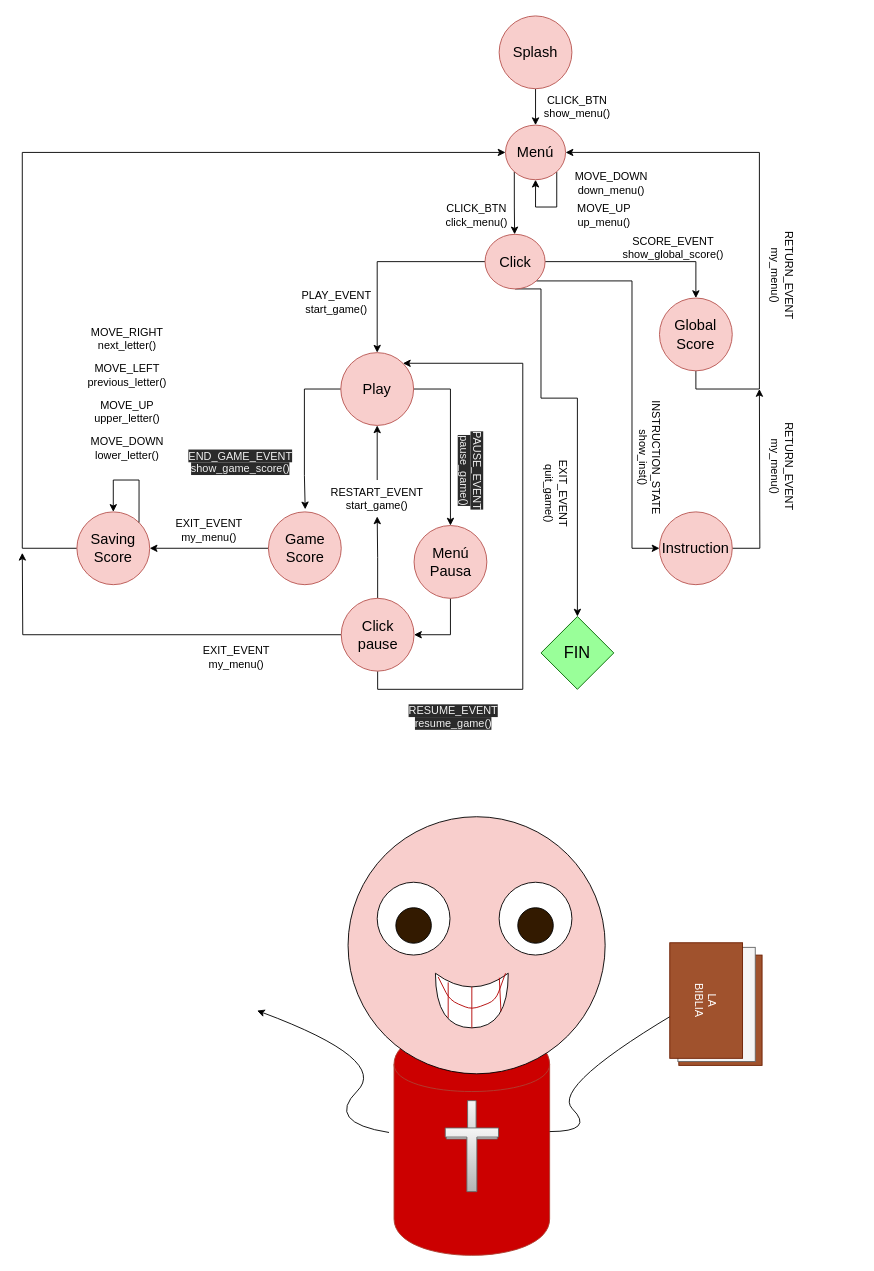
KevinWahle/Programacion-1-TP-Integrador keeps this draw.io diagram as some files/fsm_sketch.dio. Above is the earlier version. Source tidied: cells renumbered, new cells numbered last; positions are measured from the earlier drawing's top-left corner, leaving out a move shared by most shapes. Both pictures are drawn from the tidied source at 91%, with x=0, y=0 at pixel (22, 15).
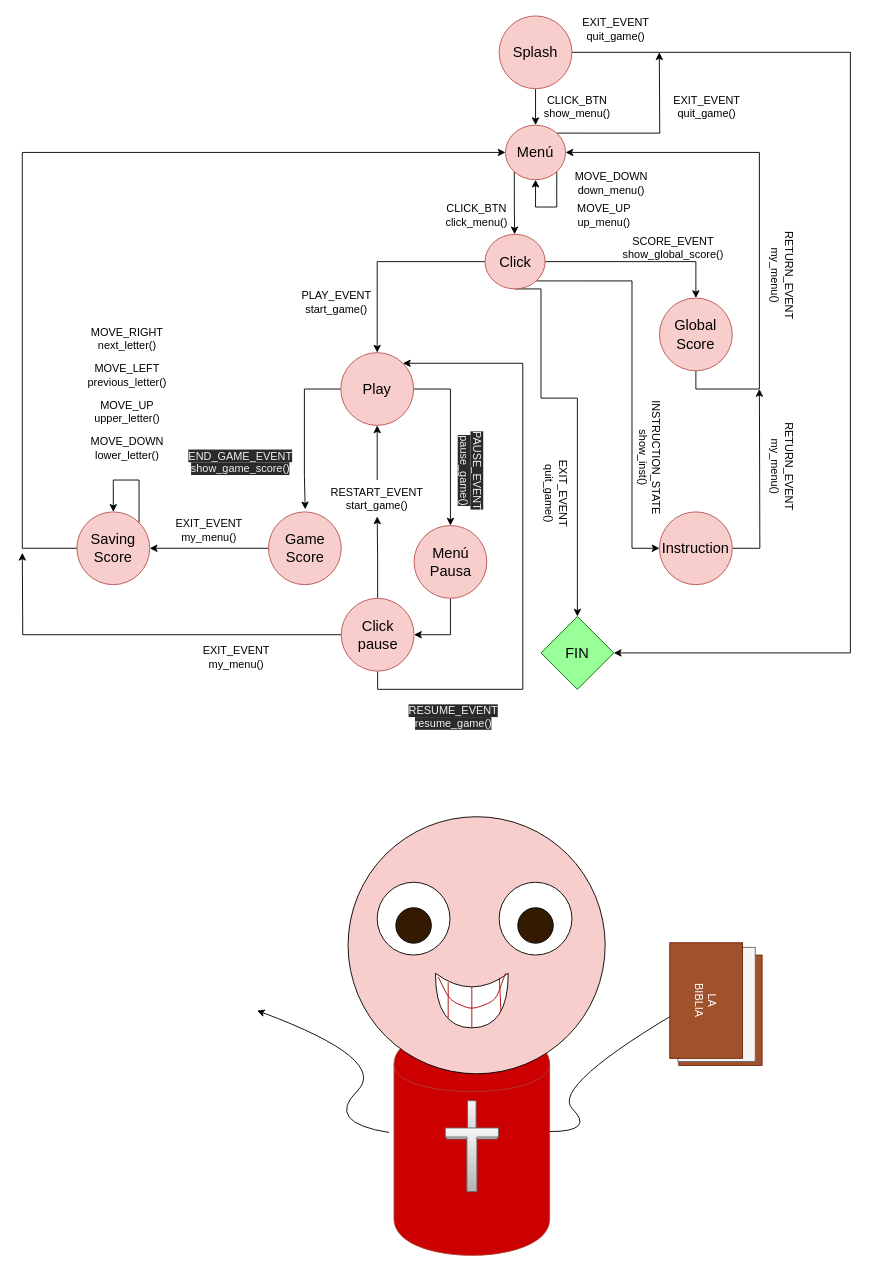
After the change.

Unchanged cells that the change refers to:
```xml
<mxCell id="6" value="Menú" style="ellipse;whiteSpace=wrap;html=1;fillColor=#f8cecc;strokeColor=#b85450;fontColor=#000000;fontSize=16;" parent="1" vertex="1">
  <mxGeometry x="531" y="120" width="66" height="60" as="geometry" />
</mxCell>
<mxCell id="8" value="Splash" style="ellipse;whiteSpace=wrap;html=1;fillColor=#f8cecc;strokeColor=#b85450;fontColor=#000000;fontSize=16;" parent="1" vertex="1">
  <mxGeometry x="524" width="80" height="80" as="geometry" />
</mxCell>
```

The edit, as a diff of the source:
```diff
@@
+    <mxCell id="70" style="edgeStyle=orthogonalEdgeStyle;rounded=0;jettySize=auto;html=1;exitX=1;exitY=0;exitDx=0;exitDy=0;" parent="1" edge="1" source="6">
+      <mxGeometry relative="1" as="geometry">
+        <mxPoint x="700" y="40" as="targetPoint" />
+      </mxGeometry>
+    </mxCell>
@@
+    <mxCell id="71" style="edgeStyle=orthogonalEdgeStyle;rounded=0;jettySize=auto;html=1;exitX=1;exitY=0.5;exitDx=0;exitDy=0;entryX=1;entryY=0.5;entryDx=0;entryDy=0;" parent="1" edge="1" source="8" target="43">
+      <mxGeometry relative="1" as="geometry">
+        <Array as="points">
+          <mxPoint x="910" y="40" />
+          <mxPoint x="910" y="700" />
+        </Array>
+      </mxGeometry>
+    </mxCell>
@@
     <mxCell id="41" value="SCORE_EVENT&lt;br&gt;show_global_score()" style="text;html=1;align=center;verticalAlign=middle;" parent="1" vertex="1">
-      <mxGeometry x="650.2" y="240" width="130" height="30" as="geometry" />
+      <mxGeometry x="650" y="240" width="130" height="30" as="geometry" />
     </mxCell>
@@
-    <mxCell id="43" value="&lt;font style=&quot;font-size: 18px&quot;&gt;FIN&lt;/font&gt;" style="rhombus;whiteSpace=wrap;html=1;fillColor=#99FF99;strokeColor=#006600;" parent="1" vertex="1">
+    <mxCell id="43" value="&lt;span style=&quot;color: rgb(0 , 0 , 0) ; font-size: 16px&quot;&gt;FIN&lt;/span&gt;" style="rhombus;whiteSpace=wrap;html=1;fillColor=#99FF99;strokeColor=#006600;" parent="1" vertex="1">
       <mxGeometry x="570" y="660" width="80" height="80" as="geometry" />
     </mxCell>
@@
+    <mxCell id="72" value="EXIT_EVENT&lt;br&gt;quit_game()" style="text;html=1;align=center;verticalAlign=middle;rotation=0;" parent="1" vertex="1">
+      <mxGeometry x="706.6" y="85" width="90" height="30" as="geometry" />
+    </mxCell>
+    <mxCell id="73" value="EXIT_EVENT&lt;br&gt;quit_game()" style="text;html=1;align=center;verticalAlign=middle;rotation=0;" parent="1" vertex="1">
+      <mxGeometry x="607" width="90" height="30" as="geometry" />
+    </mxCell>
```
